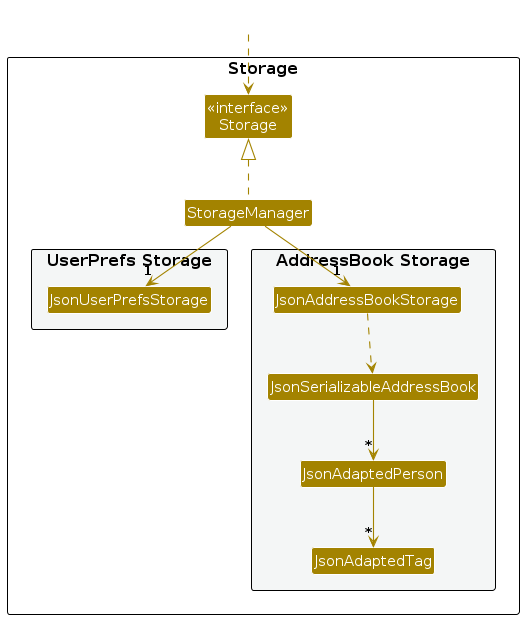
The PlantUML diagram diagrams/StorageClassDiagram.png in AY2627S1-CS2103T-T11-4/tp, before a commit. Its source is kept beside it as diagrams/StorageClassDiagram.puml. The source it was exported from:
```plantuml
@startuml
!include style.puml
skinparam arrowThickness 1.1
skinparam arrowColor STORAGE_COLOR
skinparam classBackgroundColor STORAGE_COLOR

package Storage as StoragePackage {

Class "<<interface>>\nStorage" as Storage
Class StorageManager

package "UserPrefs Storage" #F4F6F6{
Class JsonUserPrefsStorage
}

package "AddressBook Storage" #F4F6F6{
Class JsonAddressBookStorage
Class JsonSerializableAddressBook
Class JsonAdaptedPerson
Class JsonAdaptedTag
}

}

Class HiddenOutside #FFFFFF
HiddenOutside ..> Storage

StorageManager .up.|> Storage
StorageManager -down-> "1" JsonUserPrefsStorage
StorageManager -down-> "1" JsonAddressBookStorage

JsonAddressBookStorage ..> JsonSerializableAddressBook
JsonSerializableAddressBook --> "*" JsonAdaptedPerson
JsonAdaptedPerson --> "*" JsonAdaptedTag

@enduml
```
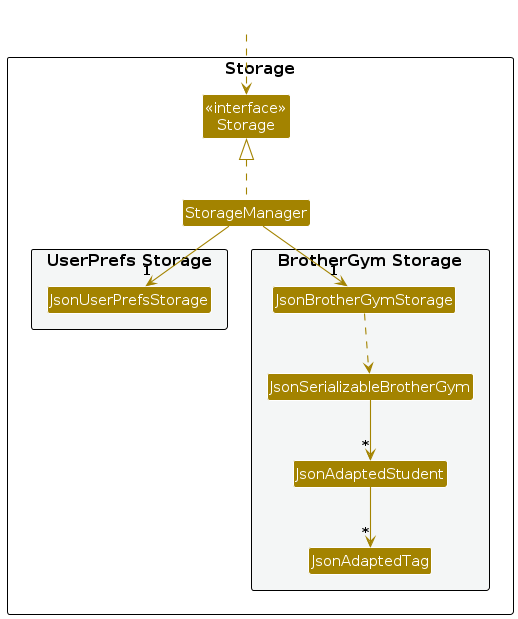
After the change.

What changed in the source:
```diff
@@ -13,10 +13,10 @@
 Class JsonUserPrefsStorage
 }
 
-package "AddressBook Storage" #F4F6F6{
-Class JsonAddressBookStorage
-Class JsonSerializableAddressBook
-Class JsonAdaptedPerson
+package "BrotherGym Storage" #F4F6F6{
+Class JsonBrotherGymStorage
+Class JsonSerializableBrotherGym
+Class JsonAdaptedStudent
 Class JsonAdaptedTag
 }
 
@@ -27,10 +27,10 @@
 
 StorageManager .up.|> Storage
 StorageManager -down-> "1" JsonUserPrefsStorage
-StorageManager -down-> "1" JsonAddressBookStorage
+StorageManager -down-> "1" JsonBrotherGymStorage
 
-JsonAddressBookStorage ..> JsonSerializableAddressBook
-JsonSerializableAddressBook --> "*" JsonAdaptedPerson
-JsonAdaptedPerson --> "*" JsonAdaptedTag
+JsonBrotherGymStorage ..> JsonSerializableBrotherGym
+JsonSerializableBrotherGym --> "*" JsonAdaptedStudent
+JsonAdaptedStudent --> "*" JsonAdaptedTag
 
 @enduml
```
